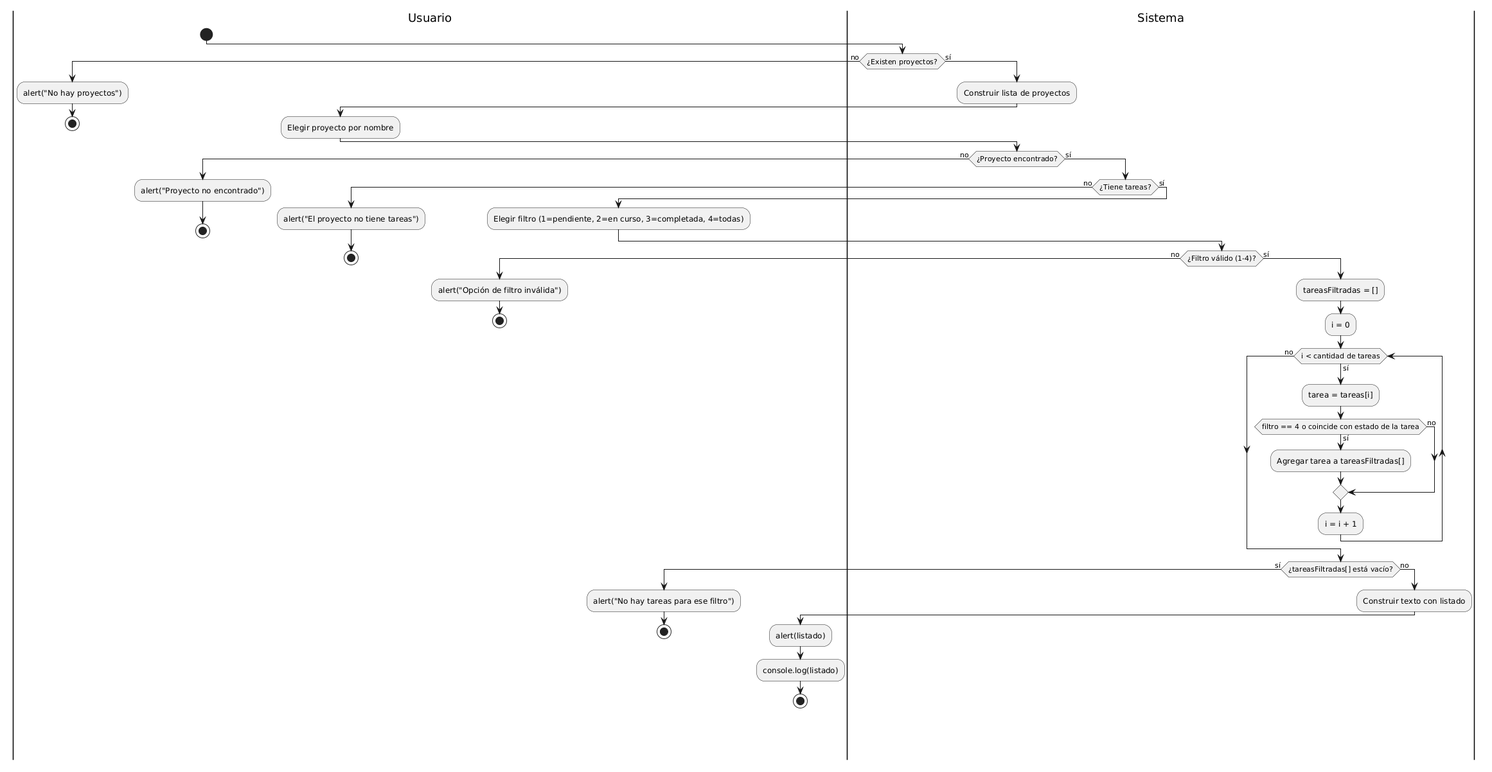
This is docs/05-diagramas/01-diagrama-de-actividades/actividad-flujo-4-filtrar-tareas.png from martindebenedetti/Planix, a PlantUML export, as it was before one commit. The source it was exported from:
```plantuml
@startuml
|Usuario|
start
|Sistema|
if (¿Existen proyectos?) then (no)
  |Usuario|
  :alert("No hay proyectos");
  stop
else (sí)
  |Sistema|
  :Construir lista de proyectos;
  |Usuario|
  :Elegir proyecto por nombre;
  |Sistema|
  if (¿Proyecto encontrado?) then (no)
    |Usuario|
    :alert("Proyecto no encontrado");
    stop
  else (sí)
    |Sistema|
    if (¿Tiene tareas?) then (no)
      |Usuario|
      :alert("El proyecto no tiene tareas");
      stop
    else (sí)
      |Usuario|
      :Elegir filtro (1=pendiente, 2=en curso, 3=completada, 4=todas);
      |Sistema|
      if (¿Filtro válido (1-4)?) then (no)
        |Usuario|
        :alert("Opción de filtro inválida");
        stop
      else (sí)
        |Sistema|
        :tareasFiltradas = [];
        :i = 0;
        while (i < cantidad de tareas) is (sí)
          :tarea = tareas[i];
          if (filtro == 4 o coincide con estado de la tarea) then (sí)
            :Agregar tarea a tareasFiltradas[];
          else (no)
          endif
          :i = i + 1;
        endwhile (no)
        if (¿tareasFiltradas[] está vacío?) then (sí)
          |Usuario|
          :alert("No hay tareas para ese filtro");
          stop
        else (no)
          |Sistema|
          :Construir texto con listado;
          |Usuario|
          :alert(listado);
          :console.log(listado);
          stop
        endif
      endif
    endif
  endif
endif
@enduml
```
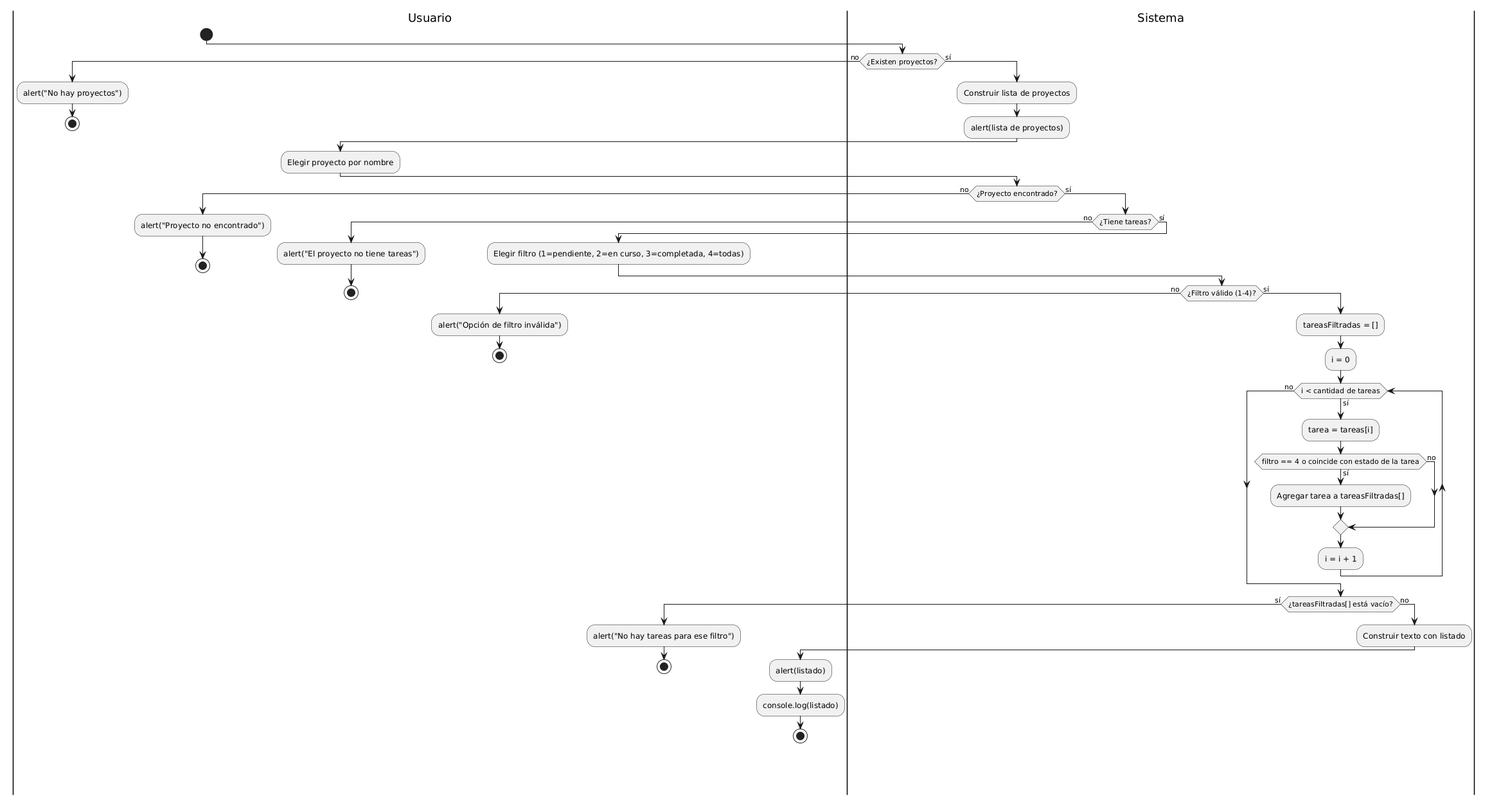
Above is the later version.

Diff of the diagram source:
```diff
@@ -9,6 +9,7 @@
 else (sí)
   |Sistema|
   :Construir lista de proyectos;
+  :alert(lista de proyectos);
   |Usuario|
   :Elegir proyecto por nombre;
   |Sistema|
```
